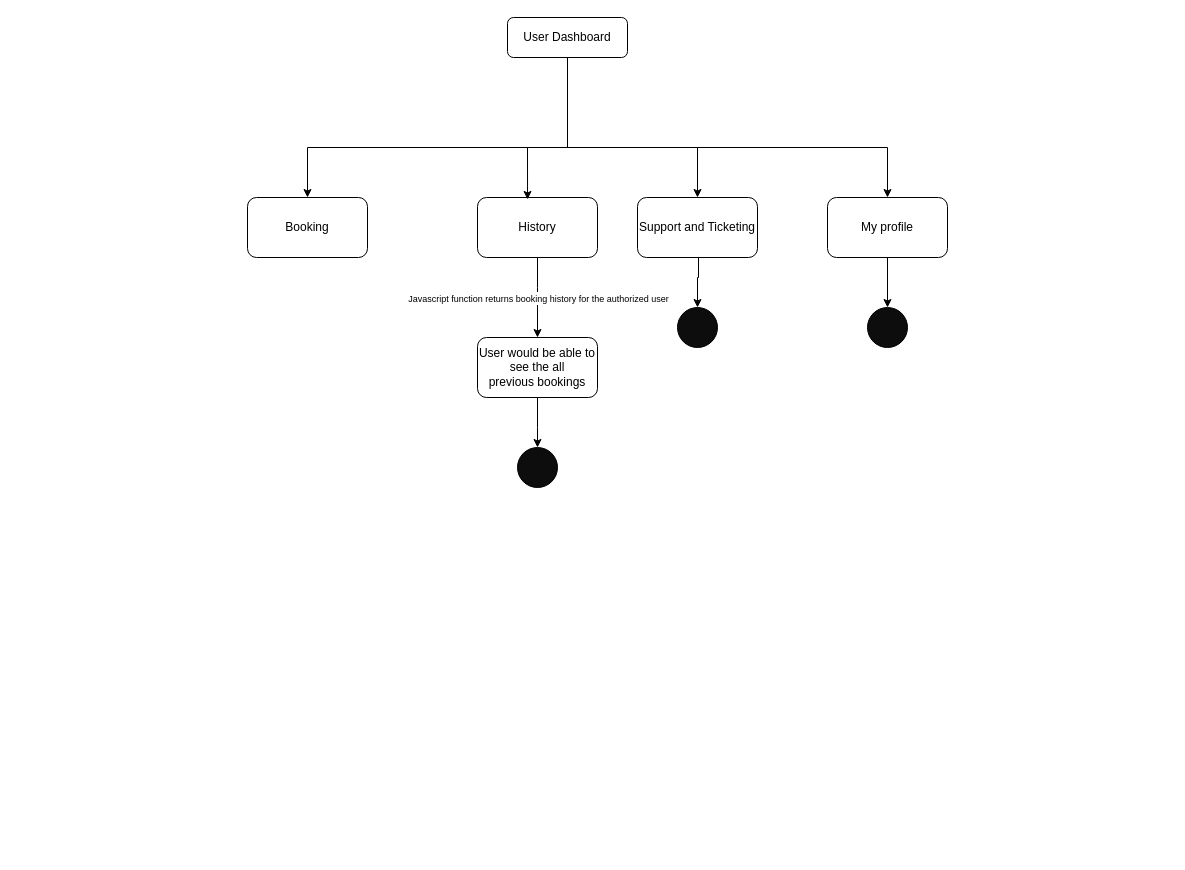
This is Untitled Diagram.drawio from Rachit1313/ParkEase, a draw.io file, before an edit. Source tidied: cells renumbered, new cells numbered last; positions are measured from the earlier drawing's top-left corner, leaving out a move shared by most shapes. Both pictures are drawn from the tidied source at 100%, with x=0, y=0 at pixel (247, 17).
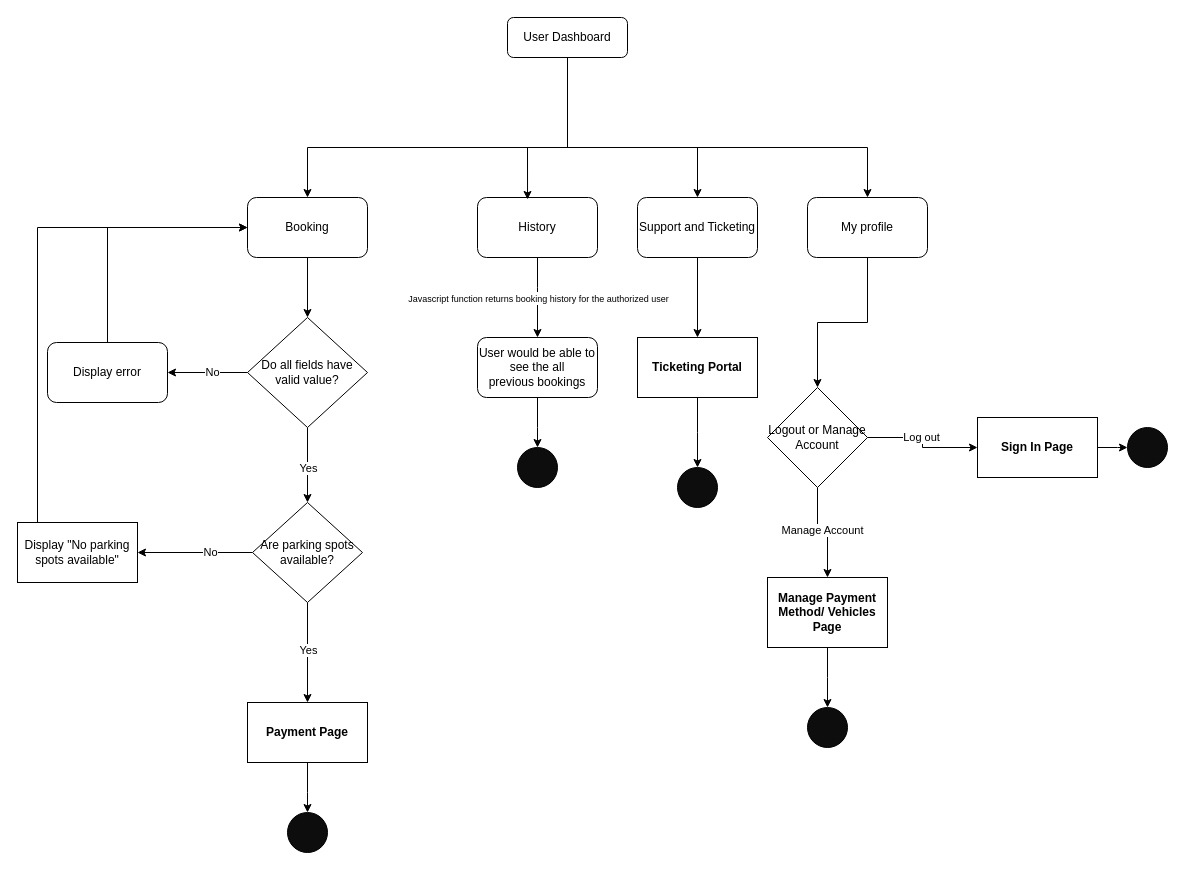
After the change.

Unchanged cells that the change refers to:
```xml
<mxCell id="2" value="User Dashboard" style="rounded=1;whiteSpace=wrap;html=1;fontSize=12;glass=0;strokeWidth=1;shadow=0;" parent="1" vertex="1">
  <mxGeometry x="260" width="120" height="40" as="geometry" />
</mxCell>
<mxCell id="3" value="Booking" style="rounded=1;whiteSpace=wrap;html=1;" parent="1" vertex="1">
  <mxGeometry y="180" width="120" height="60" as="geometry" />
</mxCell>
<mxCell id="5" value="Support and Ticketing" style="rounded=1;whiteSpace=wrap;html=1;" parent="1" vertex="1">
  <mxGeometry x="390" y="180" width="120" height="60" as="geometry" />
</mxCell>
```

Change to the diagram source:
```diff
@@
+    <mxCell id="20" style="edgeStyle=orthogonalEdgeStyle;rounded=0;jettySize=auto;html=1;" parent="1" edge="1" source="5" target="52">
+      <mxGeometry relative="1" as="geometry" />
+    </mxCell>
@@
-    <mxCell id="6" style="edgeStyle=orthogonalEdgeStyle;rounded=0;jettySize=auto;html=1;" parent="1" edge="1" source="7" target="12">
-      <mxGeometry relative="1" as="geometry" />
-    </mxCell>
+    <mxCell id="21" style="edgeStyle=orthogonalEdgeStyle;rounded=0;jettySize=auto;html=1;" parent="1" edge="1" source="7" target="44">
+      <mxGeometry relative="1" as="geometry" />
+    </mxCell>
     <mxCell id="7" value="My profile" style="rounded=1;whiteSpace=wrap;html=1;" parent="1" vertex="1">
-      <mxGeometry x="580" y="180" width="120" height="60" as="geometry" />
+      <mxGeometry x="560" y="180" width="120" height="60" as="geometry" />
     </mxCell>
@@
     <mxCell id="10" style="endArrow=classic;html=1;rounded=0;exitX=0.5;exitY=1;exitDx=0;exitDy=0;entryX=0.5;entryY=0;entryDx=0;entryDy=0;" parent="1" edge="1" source="2" target="7">
       <mxGeometry relative="1" as="geometry">
         <Array as="points">
           <mxPoint x="320" y="130" />
-          <mxPoint x="640" y="130" />
+          <mxPoint x="620" y="130" />
         </Array>
       </mxGeometry>
     </mxCell>
@@
-    <mxCell id="12" style="ellipse;whiteSpace=wrap;html=1;rounded=1;fillStyle=solid;fillColor=#0D0D0D;direction=west;" parent="1" vertex="1">
-      <mxGeometry x="620" y="290" width="40" height="40" as="geometry" />
-    </mxCell>
-    <mxCell id="13" style="edgeStyle=orthogonalEdgeStyle;rounded=0;jettySize=auto;html=1;" parent="1" edge="1" target="14">
-      <mxGeometry relative="1" as="geometry">
-        <mxPoint x="450" y="240" as="sourcePoint" />
-        <Array as="points">
-          <mxPoint x="451" y="240" />
-          <mxPoint x="451" y="260" />
-          <mxPoint x="450" y="260" />
-        </Array>
-      </mxGeometry>
-    </mxCell>
-    <mxCell id="14" style="ellipse;whiteSpace=wrap;html=1;rounded=1;fillStyle=solid;fillColor=#0D0D0D;direction=west;" parent="1" vertex="1">
-      <mxGeometry x="430" y="290" width="40" height="40" as="geometry" />
-    </mxCell>
@@
+    <mxCell id="22" style="edgeStyle=orthogonalEdgeStyle;rounded=0;jettySize=auto;html=1;entryX=0;entryY=0.5;entryDx=0;entryDy=0;" parent="1" edge="1" source="26" target="34">
+      <mxGeometry relative="1" as="geometry" />
+    </mxCell>
+    <mxCell id="23" value="Yes" style="edgeLabel;html=1;align=center;verticalAlign=middle;" parent="22" vertex="1">
+      <mxGeometry x="-0.35" relative="1" as="geometry">
+        <mxPoint y="16" as="offset" />
+      </mxGeometry>
+    </mxCell>
+    <mxCell id="24" style="edgeStyle=orthogonalEdgeStyle;rounded=0;jettySize=auto;html=1;" parent="1" edge="1" source="26" target="29">
+      <mxGeometry relative="1" as="geometry" />
+    </mxCell>
+    <mxCell id="25" value="No" style="edgeLabel;html=1;align=center;verticalAlign=middle;" parent="24" vertex="1">
+      <mxGeometry x="-0.1" y="-1" relative="1" as="geometry" />
+    </mxCell>
+    <mxCell id="26" value="Do all fields have valid value?" style="rhombus;whiteSpace=wrap;html=1;" parent="1" vertex="1">
+      <mxGeometry y="300" width="120" height="110" as="geometry" />
+    </mxCell>
+    <mxCell id="27" style="endArrow=classic;html=1;rounded=0;exitX=0.5;exitY=1;exitDx=0;exitDy=0;" parent="1" edge="1" source="3" target="26">
+      <mxGeometry relative="1" as="geometry" />
+    </mxCell>
+    <mxCell id="28" style="edgeStyle=orthogonalEdgeStyle;rounded=0;jettySize=auto;html=1;exitX=0.5;exitY=0;exitDx=0;exitDy=0;entryX=0;entryY=0.5;entryDx=0;entryDy=0;" parent="1" edge="1" source="29" target="3">
+      <mxGeometry relative="1" as="geometry" />
+    </mxCell>
+    <mxCell id="29" value="Display error" style="rounded=1;whiteSpace=wrap;html=1;" parent="1" vertex="1">
+      <mxGeometry x="-200" y="325" width="120" height="60" as="geometry" />
+    </mxCell>
+    <mxCell id="30" style="edgeStyle=orthogonalEdgeStyle;rounded=0;jettySize=auto;html=1;" parent="1" edge="1" source="34" target="36">
+      <mxGeometry relative="1" as="geometry" />
+    </mxCell>
+    <mxCell id="31" value="No" style="edgeLabel;html=1;align=center;verticalAlign=middle;" parent="30" vertex="1">
+      <mxGeometry x="-0.25" y="-1" relative="1" as="geometry" />
+    </mxCell>
+    <mxCell id="32" style="edgeStyle=orthogonalEdgeStyle;rounded=0;jettySize=auto;html=1;" parent="1" edge="1" source="34" target="37">
+      <mxGeometry relative="1" as="geometry" />
+    </mxCell>
+    <mxCell id="33" value="Yes" style="edgeLabel;html=1;align=center;verticalAlign=middle;" parent="32" vertex="1">
+      <mxGeometry x="-0.06" relative="1" as="geometry" />
+    </mxCell>
+    <mxCell id="34" value="Are parking spots available?" style="rhombus;whiteSpace=wrap;html=1;direction=south;" parent="1" vertex="1">
+      <mxGeometry x="5" y="485" width="110" height="100" as="geometry" />
+    </mxCell>
+    <mxCell id="35" style="edgeStyle=orthogonalEdgeStyle;rounded=0;jettySize=auto;html=1;entryX=0;entryY=0.5;entryDx=0;entryDy=0;" parent="1" edge="1" source="36" target="3">
+      <mxGeometry relative="1" as="geometry">
+        <Array as="points">
+          <mxPoint x="-210" y="210" />
+        </Array>
+      </mxGeometry>
+    </mxCell>
+    <mxCell id="36" value="Display &quot;No parking spots available&quot;" style="whiteSpace=wrap;html=1;" parent="1" vertex="1">
+      <mxGeometry x="-230" y="505" width="120" height="60" as="geometry" />
+    </mxCell>
+    <mxCell id="37" value="&lt;b&gt;Payment Page&lt;/b&gt;" style="rounded=0;whiteSpace=wrap;html=1;" parent="1" vertex="1">
+      <mxGeometry y="685" width="120" height="60" as="geometry" />
+    </mxCell>
+    <mxCell id="38" style="edgeStyle=orthogonalEdgeStyle;rounded=0;jettySize=auto;html=1;exitX=0.5;exitY=1;exitDx=0;exitDy=0;" parent="1" edge="1" target="39">
+      <mxGeometry relative="1" as="geometry">
+        <mxPoint x="60" y="745" as="sourcePoint" />
+        <Array as="points">
+          <mxPoint x="60" y="775" />
+          <mxPoint x="60" y="775" />
+        </Array>
+      </mxGeometry>
+    </mxCell>
+    <mxCell id="39" style="ellipse;whiteSpace=wrap;html=1;rounded=1;fillStyle=solid;fillColor=#0D0D0D;direction=west;" parent="1" vertex="1">
+      <mxGeometry x="40" y="795" width="40" height="40" as="geometry" />
+    </mxCell>
+    <mxCell id="40" style="edgeStyle=orthogonalEdgeStyle;rounded=0;jettySize=auto;html=1;" parent="1" edge="1" source="44" target="46">
+      <mxGeometry relative="1" as="geometry" />
+    </mxCell>
+    <mxCell id="41" value="Log out" style="edgeLabel;html=1;align=center;verticalAlign=middle;" parent="40" vertex="1">
+      <mxGeometry x="-0.11" y="1" relative="1" as="geometry" />
+    </mxCell>
+    <mxCell id="42" style="edgeStyle=orthogonalEdgeStyle;rounded=0;jettySize=auto;html=1;" parent="1" edge="1" source="44" target="49">
+      <mxGeometry relative="1" as="geometry" />
+    </mxCell>
+    <mxCell id="43" value="Manage Account" style="edgeLabel;html=1;align=center;verticalAlign=middle;" parent="42" vertex="1">
+      <mxGeometry x="-0.16" y="4" relative="1" as="geometry" />
+    </mxCell>
+    <mxCell id="44" value="Logout or Manage Account&lt;br&gt;" style="rhombus;whiteSpace=wrap;html=1;rounded=0;" parent="1" vertex="1">
+      <mxGeometry x="520" y="370" width="100" height="100" as="geometry" />
+    </mxCell>
+    <mxCell id="45" style="edgeStyle=orthogonalEdgeStyle;rounded=0;jettySize=auto;html=1;" parent="1" edge="1" source="46">
+      <mxGeometry relative="1" as="geometry">
+        <mxPoint x="880" y="430" as="targetPoint" />
+      </mxGeometry>
+    </mxCell>
+    <mxCell id="46" value="&lt;b&gt;Sign In Page&lt;/b&gt;" style="rounded=0;whiteSpace=wrap;html=1;" parent="1" vertex="1">
+      <mxGeometry x="730" y="400" width="120" height="60" as="geometry" />
+    </mxCell>
+    <mxCell id="47" style="ellipse;whiteSpace=wrap;html=1;rounded=1;fillStyle=solid;fillColor=#0D0D0D;direction=west;" parent="1" vertex="1">
+      <mxGeometry x="880" y="410" width="40" height="40" as="geometry" />
+    </mxCell>
+    <mxCell id="48" style="edgeStyle=orthogonalEdgeStyle;rounded=0;jettySize=auto;html=1;" parent="1" edge="1" source="49">
+      <mxGeometry relative="1" as="geometry">
+        <mxPoint x="580" y="690" as="targetPoint" />
+      </mxGeometry>
+    </mxCell>
+    <mxCell id="49" value="&lt;b&gt;Manage Payment Method/ Vehicles Page&lt;/b&gt;" style="whiteSpace=wrap;html=1;rounded=0;" parent="1" vertex="1">
+      <mxGeometry x="520" y="560" width="120" height="70" as="geometry" />
+    </mxCell>
+    <mxCell id="50" style="ellipse;whiteSpace=wrap;html=1;rounded=1;fillStyle=solid;fillColor=#0D0D0D;direction=west;" parent="1" vertex="1">
+      <mxGeometry x="560" y="690" width="40" height="40" as="geometry" />
+    </mxCell>
+    <mxCell id="51" style="edgeStyle=orthogonalEdgeStyle;rounded=0;jettySize=auto;html=1;" parent="1" edge="1" source="52">
+      <mxGeometry relative="1" as="geometry">
+        <mxPoint x="450" y="450" as="targetPoint" />
+      </mxGeometry>
+    </mxCell>
+    <mxCell id="52" value="&lt;b&gt;Ticketing Portal&lt;/b&gt;" style="whiteSpace=wrap;html=1;rounded=0;" parent="1" vertex="1">
+      <mxGeometry x="390" y="320" width="120" height="60" as="geometry" />
+    </mxCell>
+    <mxCell id="53" style="ellipse;whiteSpace=wrap;html=1;rounded=1;fillStyle=solid;fillColor=#0D0D0D;direction=west;" parent="1" vertex="1">
+      <mxGeometry x="430" y="450" width="40" height="40" as="geometry" />
+    </mxCell>
```
